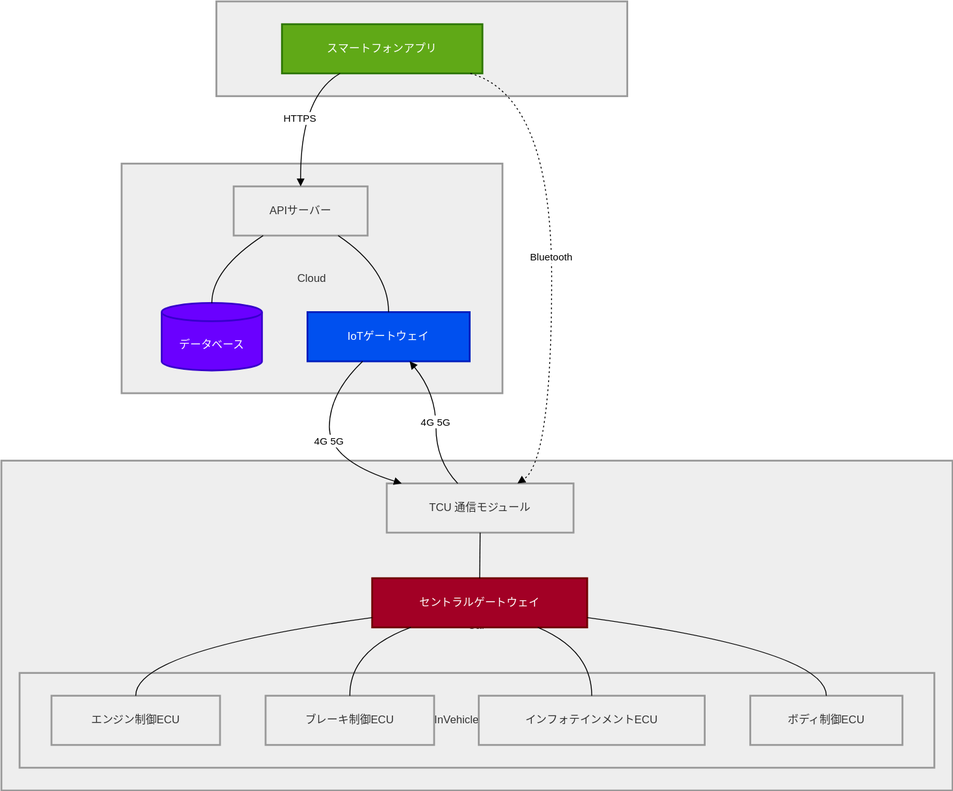
Above: drawio-tsv/システム図.svg in GoodRelax/Sandbox (draw.io), before the change. Source tidied: cells renumbered, new cells last; positions are measured from the earlier drawing's top-left corner, leaving out a move shared by most shapes. The source it was exported from:
```xml
<mxGraphModel>
  <root>
    <mxCell id="0" />
    <mxCell id="1" parent="0" />
    <mxCell id="2" value="Car" style="whiteSpace=wrap;strokeWidth=2;fillColor=light-dark(#eeeeee,#1f2020);strokeColor=light-dark(#999999,#cccccc);fontColor=light-dark(#333333,#cccccc);" parent="1" vertex="1">
      <mxGeometry y="504" width="1044" height="362" as="geometry" />
    </mxCell>
    <mxCell id="3" value="InVehicleNetwork" style="whiteSpace=wrap;strokeWidth=2;fillColor=light-dark(#eeeeee,#1f2020);strokeColor=light-dark(#999999,#cccccc);fontColor=light-dark(#333333,#cccccc);" parent="1" vertex="1">
      <mxGeometry x="20" y="737" width="1004" height="104" as="geometry" />
    </mxCell>
    <mxCell id="4" value="Cloud" style="whiteSpace=wrap;strokeWidth=2;fillColor=light-dark(#eeeeee,#1f2020);strokeColor=light-dark(#999999,#cccccc);fontColor=light-dark(#333333,#cccccc);" parent="1" vertex="1">
      <mxGeometry x="132" y="178" width="418" height="252" as="geometry" />
    </mxCell>
    <mxCell id="5" value="Mobile" style="whiteSpace=wrap;strokeWidth=2;fillColor=light-dark(#eeeeee,#1f2020);strokeColor=light-dark(#999999,#cccccc);fontColor=light-dark(#333333,#cccccc);" parent="1" vertex="1">
      <mxGeometry x="236" width="451" height="104" as="geometry" />
    </mxCell>
    <mxCell id="6" value="スマートフォンアプリ" style="whiteSpace=wrap;strokeWidth=2;fillColor=#60a917;strokeColor=#2D7600;fontColor=#ffffff;" parent="1" vertex="1">
      <mxGeometry x="308" y="25" width="220" height="54" as="geometry" />
    </mxCell>
    <mxCell id="7" value="APIサーバー" style="whiteSpace=wrap;strokeWidth=2;fillColor=light-dark(#eeeeee,#1f2020);strokeColor=light-dark(#999999,#cccccc);fontColor=light-dark(#333333,#cccccc);" parent="1" vertex="1">
      <mxGeometry x="255" y="203" width="147" height="54" as="geometry" />
    </mxCell>
    <mxCell id="8" value="データベース" style="shape=cylinder3;boundedLbl=1;backgroundOutline=1;size=10;strokeWidth=2;whiteSpace=wrap;fillColor=#6a00ff;strokeColor=#3700CC;fontColor=#ffffff;" parent="1" vertex="1">
      <mxGeometry x="176" y="331" width="110" height="74" as="geometry" />
    </mxCell>
    <mxCell id="9" value="IoTゲートウェイ" style="whiteSpace=wrap;strokeWidth=2;fillColor=#0050ef;strokeColor=#001DBC;fontColor=#ffffff;" parent="1" vertex="1">
      <mxGeometry x="336" y="341" width="178" height="54" as="geometry" />
    </mxCell>
    <mxCell id="10" value="TCU 通信モジュール" style="whiteSpace=wrap;strokeWidth=2;fillColor=light-dark(#eeeeee,#1f2020);strokeColor=light-dark(#999999,#cccccc);fontColor=light-dark(#333333,#cccccc);" parent="1" vertex="1">
      <mxGeometry x="423" y="529" width="205" height="54" as="geometry" />
    </mxCell>
    <mxCell id="11" value="セントラルゲートウェイ" style="whiteSpace=wrap;strokeWidth=2;fillColor=#a20025;strokeColor=#6F0000;fontColor=#ffffff;" parent="1" vertex="1">
      <mxGeometry x="407" y="633" width="236" height="54" as="geometry" />
    </mxCell>
    <mxCell id="12" value="エンジン制御ECU" style="whiteSpace=wrap;strokeWidth=2;fillColor=light-dark(#eeeeee,#1f2020);strokeColor=light-dark(#999999,#cccccc);fontColor=light-dark(#333333,#cccccc);" parent="1" vertex="1">
      <mxGeometry x="55" y="762" width="185" height="54" as="geometry" />
    </mxCell>
    <mxCell id="13" value="ブレーキ制御ECU" style="whiteSpace=wrap;strokeWidth=2;fillColor=light-dark(#eeeeee,#1f2020);strokeColor=light-dark(#999999,#cccccc);fontColor=light-dark(#333333,#cccccc);" parent="1" vertex="1">
      <mxGeometry x="290" y="762" width="185" height="54" as="geometry" />
    </mxCell>
    <mxCell id="14" value="インフォテインメントECU" style="whiteSpace=wrap;strokeWidth=2;fillColor=light-dark(#eeeeee,#1f2020);strokeColor=light-dark(#999999,#cccccc);fontColor=light-dark(#333333,#cccccc);" parent="1" vertex="1">
      <mxGeometry x="524" y="762" width="248" height="54" as="geometry" />
    </mxCell>
    <mxCell id="15" value="ボディ制御ECU" style="whiteSpace=wrap;strokeWidth=2;fillColor=light-dark(#eeeeee,#1f2020);strokeColor=light-dark(#999999,#cccccc);fontColor=light-dark(#333333,#cccccc);" parent="1" vertex="1">
      <mxGeometry x="822" y="762" width="167" height="54" as="geometry" />
    </mxCell>
    <mxCell id="16" style="curved=1;startArrow=none;endArrow=none;exitX=0.5;exitY=1;entryX=0.5;entryY=0;rounded=0;" parent="1" edge="1" source="10" target="11">
      <mxGeometry relative="1" as="geometry" />
    </mxCell>
    <mxCell id="17" style="curved=1;startArrow=none;endArrow=none;exitX=0;exitY=0.8;entryX=0.5;entryY=0;rounded=0;" parent="1" edge="1" source="11" target="12">
      <mxGeometry relative="1" as="geometry">
        <Array as="points">
          <mxPoint x="147" y="712" />
        </Array>
      </mxGeometry>
    </mxCell>
    <mxCell id="18" style="curved=1;startArrow=none;endArrow=none;exitX=0.18;exitY=1;entryX=0.5;entryY=0;rounded=0;" parent="1" edge="1" source="11" target="13">
      <mxGeometry relative="1" as="geometry">
        <Array as="points">
          <mxPoint x="382" y="712" />
        </Array>
      </mxGeometry>
    </mxCell>
    <mxCell id="19" style="curved=1;startArrow=none;endArrow=none;exitX=0.77;exitY=1;entryX=0.5;entryY=0;rounded=0;" parent="1" edge="1" source="11" target="14">
      <mxGeometry relative="1" as="geometry">
        <Array as="points">
          <mxPoint x="648" y="712" />
        </Array>
      </mxGeometry>
    </mxCell>
    <mxCell id="20" style="curved=1;startArrow=none;endArrow=none;exitX=1;exitY=0.8;entryX=0.5;entryY=0;rounded=0;" parent="1" edge="1" source="11" target="15">
      <mxGeometry relative="1" as="geometry">
        <Array as="points">
          <mxPoint x="905" y="712" />
        </Array>
      </mxGeometry>
    </mxCell>
    <mxCell id="21" value="HTTPS" style="curved=1;startArrow=none;endArrow=block;exitX=0.29;exitY=1;entryX=0.5;entryY=0;rounded=0;" parent="1" edge="1" source="6" target="7">
      <mxGeometry relative="1" as="geometry">
        <Array as="points">
          <mxPoint x="328" y="104" />
        </Array>
      </mxGeometry>
    </mxCell>
    <mxCell id="22" style="curved=1;startArrow=none;endArrow=none;exitX=0.22;exitY=1;entryX=0.5;entryY=0;rounded=0;" parent="1" edge="1" source="7" target="8">
      <mxGeometry relative="1" as="geometry">
        <Array as="points">
          <mxPoint x="231" y="294" />
        </Array>
      </mxGeometry>
    </mxCell>
    <mxCell id="23" style="curved=1;startArrow=none;endArrow=none;exitX=0.78;exitY=1;entryX=0.5;entryY=0;rounded=0;" parent="1" edge="1" source="7" target="9">
      <mxGeometry relative="1" as="geometry">
        <Array as="points">
          <mxPoint x="425" y="294" />
        </Array>
      </mxGeometry>
    </mxCell>
    <mxCell id="24" value="4G 5G" style="curved=1;startArrow=none;endArrow=block;exitX=0.34;exitY=1;entryX=0.08;entryY=0;rounded=0;" parent="1" edge="1" source="9" target="10">
      <mxGeometry relative="1" as="geometry">
        <Array as="points">
          <mxPoint x="360" y="430" />
          <mxPoint x="360" y="504" />
        </Array>
      </mxGeometry>
    </mxCell>
    <mxCell id="25" value="4G 5G" style="curved=1;startArrow=none;endArrow=block;exitX=0.38;exitY=0;entryX=0.63;entryY=1;rounded=0;" parent="1" edge="1" source="10" target="9">
      <mxGeometry relative="1" as="geometry">
        <Array as="points">
          <mxPoint x="477" y="504" />
          <mxPoint x="477" y="430" />
        </Array>
      </mxGeometry>
    </mxCell>
    <mxCell id="26" value="Bluetooth" style="curved=1;dashed=1;dashPattern=2 3;startArrow=none;endArrow=block;exitX=0.94;exitY=1;entryX=0.7;entryY=0;rounded=0;" parent="1" edge="1" source="6" target="10">
      <mxGeometry relative="1" as="geometry">
        <Array as="points">
          <mxPoint x="604" y="104" />
          <mxPoint x="604" y="504" />
        </Array>
      </mxGeometry>
    </mxCell>
  </root>
</mxGraphModel>
```
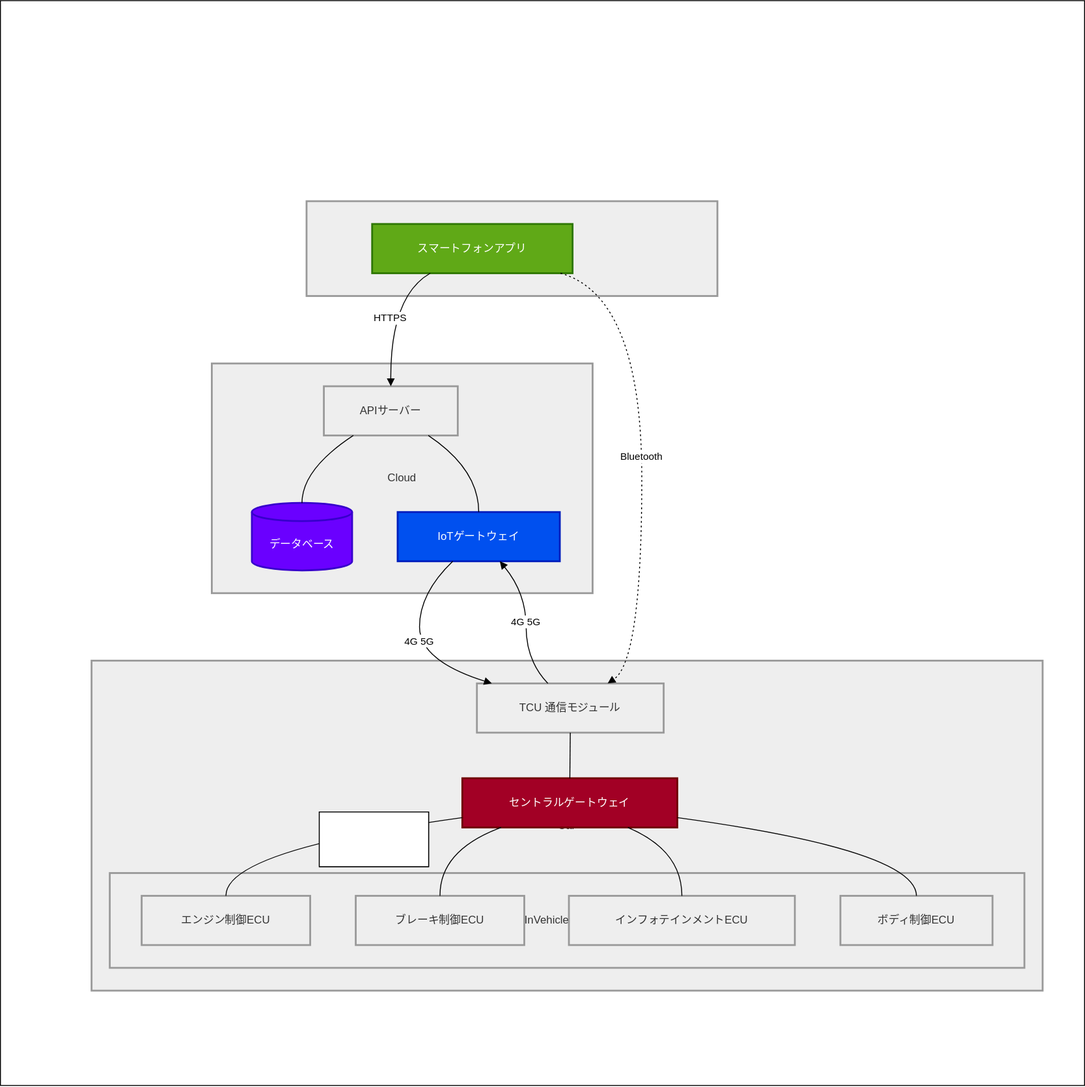
After the change.

Commit message:
Update システム図.svg

The edit, as a diff of the source:
```diff
@@ -2,6 +2,9 @@
   <root>
     <mxCell id="0" />
     <mxCell id="1" parent="0" />
+    <mxCell id="27" style="whiteSpace=wrap;html=1;fillColor=default;" parent="1" vertex="1">
+      <mxGeometry x="-100" y="-220" width="1190" height="1190" as="geometry" />
+    </mxCell>
     <mxCell id="2" value="Car" style="whiteSpace=wrap;strokeWidth=2;fillColor=light-dark(#eeeeee,#1f2020);strokeColor=light-dark(#999999,#cccccc);fontColor=light-dark(#333333,#cccccc);" parent="1" vertex="1">
       <mxGeometry y="504" width="1044" height="362" as="geometry" />
     </mxCell>
@@ -120,5 +123,11 @@
         </Array>
       </mxGeometry>
     </mxCell>
+    <mxCell id="28" style="rounded=0;whiteSpace=wrap;html=1;" parent="1" vertex="1">
+      <mxGeometry x="250" y="670" width="120" height="60" as="geometry" />
+    </mxCell>
+    <mxCell id="29" style="whiteSpace=wrap;html=1;" parent="1" vertex="1">
+      <mxGeometry x="250" y="670" width="120" height="60" as="geometry" />
+    </mxCell>
   </root>
 </mxGraphModel>
```
